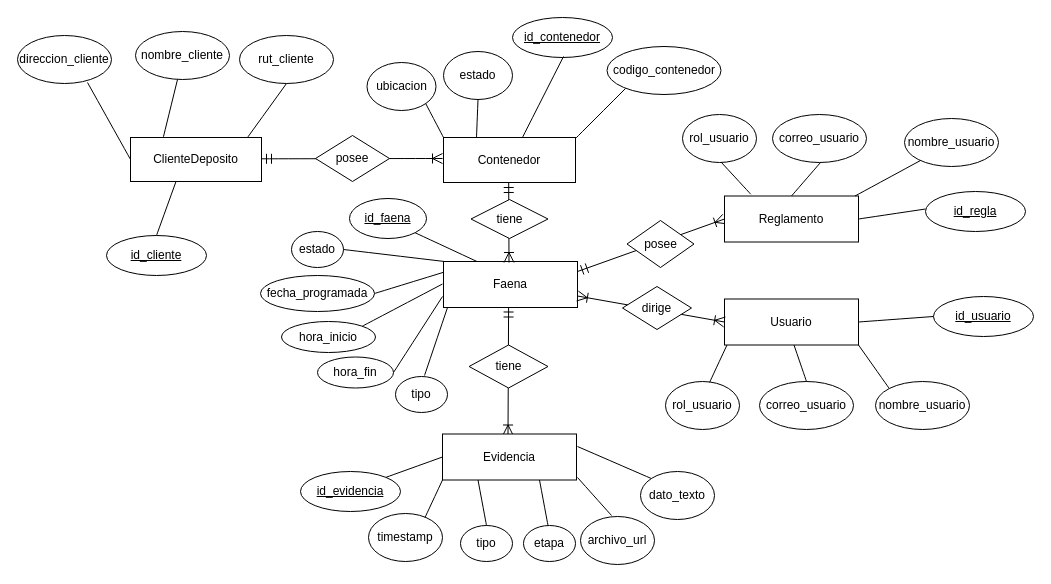
Above: Diagrama sin título.drawio in Er0ZzZ/Tarea-1 (draw.io), before the change. Source tidied: cells renumbered, new cells numbered last; positions are measured from the earlier drawing's top-left corner, leaving out a move shared by most shapes. Both pictures are drawn from the tidied source at 100%, with x=0, y=0 at pixel (17, 17).
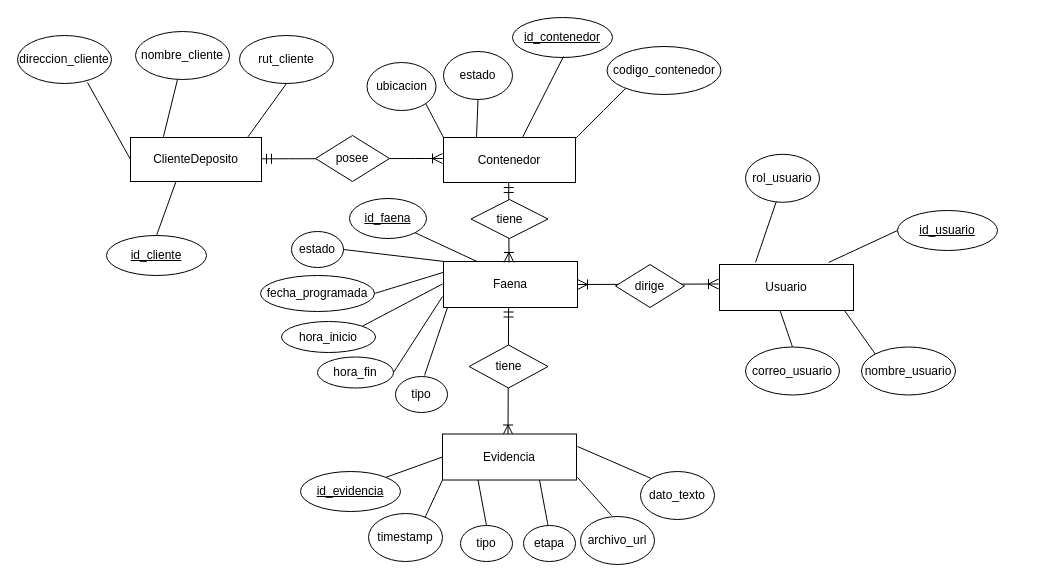
The same page after the edit.

The change refers to these unchanged cells:
```xml
<mxCell id="7" value="Faena" style="whiteSpace=wrap;html=1;align=center;" parent="1" vertex="1">
  <mxGeometry x="426" y="244" width="134" height="46" as="geometry" />
</mxCell>
```

The edit, as a diff of the source:
```diff
@@
     <mxCell id="10" value="Usuario" style="whiteSpace=wrap;html=1;align=center;" parent="1" vertex="1">
-      <mxGeometry x="707" y="281.5" width="134" height="46" as="geometry" />
+      <mxGeometry x="702" y="247" width="134" height="46" as="geometry" />
     </mxCell>
-    <mxCell id="11" style="fontSize=12;html=1;endArrow=ERoneToMany;startArrow=ERmandOne;rounded=0;startSize=8;endSize=8;entryX=0;entryY=0.5;entryDx=0;entryDy=0;" parent="1" edge="1" target="13">
-      <mxGeometry relative="1" as="geometry">
-        <mxPoint x="560" y="254" as="sourcePoint" />
-      </mxGeometry>
-    </mxCell>
-    <mxCell id="12" value="posee" style="shape=rhombus;perimeter=rhombusPerimeter;whiteSpace=wrap;html=1;align=center;" parent="1" vertex="1">
-      <mxGeometry x="609.5" y="203" width="67" height="47" as="geometry" />
-    </mxCell>
-    <mxCell id="13" value="Reglamento" style="whiteSpace=wrap;html=1;align=center;" parent="1" vertex="1">
-      <mxGeometry x="707" y="178.5" width="134" height="46" as="geometry" />
-    </mxCell>
@@
-    <mxCell id="23" style="fontSize=12;html=1;endArrow=ERoneToMany;startArrow=ERoneToMany;rounded=0;startSize=8;endSize=8;entryX=0;entryY=0.5;entryDx=0;entryDy=0;exitX=1;exitY=0.75;exitDx=0;exitDy=0;" parent="1" edge="1" source="7" target="10">
-      <mxGeometry relative="1" as="geometry" />
+    <mxCell id="23" style="fontSize=12;html=1;endArrow=ERoneToMany;startArrow=ERoneToMany;rounded=0;startSize=8;endSize=8;exitX=1;exitY=0.75;exitDx=0;exitDy=0;" parent="1" edge="1">
+      <mxGeometry relative="1" as="geometry">
+        <mxPoint x="560" y="267" as="sourcePoint" />
+        <mxPoint x="701" y="266.5" as="targetPoint" />
+      </mxGeometry>
     </mxCell>
     <mxCell id="24" value="dirige" style="shape=rhombus;perimeter=rhombusPerimeter;whiteSpace=wrap;html=1;align=center;" parent="1" vertex="1">
-      <mxGeometry x="605" y="269" width="69" height="43" as="geometry" />
+      <mxGeometry x="598" y="247" width="69" height="43" as="geometry" />
     </mxCell>
@@
     <mxCell id="30" value="nombre_usuario" style="ellipse;whiteSpace=wrap;html=1;align=center;" parent="1" vertex="1">
-      <mxGeometry x="858" y="364" width="94" height="48" as="geometry" />
+      <mxGeometry x="844" y="329.5" width="94" height="48" as="geometry" />
     </mxCell>
     <mxCell id="31" value="correo_usuario" style="ellipse;whiteSpace=wrap;html=1;align=center;" parent="1" vertex="1">
-      <mxGeometry x="742" y="364" width="94" height="48" as="geometry" />
+      <mxGeometry x="728" y="329.5" width="94" height="48" as="geometry" />
     </mxCell>
     <mxCell id="32" value="rol_usuario" style="ellipse;whiteSpace=wrap;html=1;align=center;" parent="1" vertex="1">
-      <mxGeometry x="648" y="364" width="74" height="48" as="geometry" />
+      <mxGeometry x="728" y="136.8" width="74" height="48" as="geometry" />
     </mxCell>
-    <mxCell id="33" style="endArrow=none;html=1;rounded=0;fontSize=12;startSize=8;endSize=8;curved=1;exitX=0.595;exitY=0.021;exitDx=0;exitDy=0;exitPerimeter=0;" parent="1" edge="1" source="32">
-      <mxGeometry relative="1" as="geometry">
-        <mxPoint x="709.5" y="327.5" as="targetPoint" />
-      </mxGeometry>
-    </mxCell>
     <mxCell id="34" style="endArrow=none;html=1;rounded=0;fontSize=12;startSize=8;endSize=8;curved=1;exitX=0.5;exitY=0;exitDx=0;exitDy=0;" parent="1" edge="1" source="31">
       <mxGeometry relative="1" as="geometry">
-        <mxPoint x="776.5" y="327.5" as="targetPoint" />
+        <mxPoint x="762.5" y="293" as="targetPoint" />
       </mxGeometry>
     </mxCell>
     <mxCell id="35" style="endArrow=none;html=1;rounded=0;fontSize=12;startSize=8;endSize=8;curved=1;exitX=0;exitY=0;exitDx=0;exitDy=0;" parent="1" edge="1" source="30">
       <mxGeometry relative="1" as="geometry">
-        <mxPoint x="841" y="327.5" as="targetPoint" />
+        <mxPoint x="827" y="293" as="targetPoint" />
       </mxGeometry>
     </mxCell>
-    <mxCell id="36" value="nombre_usuario" style="ellipse;whiteSpace=wrap;html=1;align=center;" parent="1" vertex="1">
-      <mxGeometry x="887" y="101" width="94" height="48" as="geometry" />
-    </mxCell>
-    <mxCell id="37" value="correo_usuario" style="ellipse;whiteSpace=wrap;html=1;align=center;" parent="1" vertex="1">
-      <mxGeometry x="755" y="97" width="94" height="48" as="geometry" />
-    </mxCell>
-    <mxCell id="38" value="rol_usuario" style="ellipse;whiteSpace=wrap;html=1;align=center;" parent="1" vertex="1">
-      <mxGeometry x="665" y="97" width="74" height="48" as="geometry" />
-    </mxCell>
-    <mxCell id="39" style="endArrow=none;html=1;rounded=0;fontSize=12;startSize=8;endSize=8;curved=1;exitX=0.196;exitY=-0.039;exitDx=0;exitDy=0;exitPerimeter=0;" parent="1" edge="1" source="13">
-      <mxGeometry relative="1" as="geometry">
-        <mxPoint x="703.5" y="144.5" as="targetPoint" />
-      </mxGeometry>
-    </mxCell>
-    <mxCell id="40" style="endArrow=none;html=1;rounded=0;fontSize=12;startSize=8;endSize=8;curved=1;" parent="1" edge="1">
-      <mxGeometry relative="1" as="geometry">
-        <mxPoint x="837.5" y="178.5" as="sourcePoint" />
-        <mxPoint x="903" y="143" as="targetPoint" />
-      </mxGeometry>
-    </mxCell>
-    <mxCell id="41" style="endArrow=none;html=1;rounded=0;fontSize=12;startSize=8;endSize=8;curved=1;exitX=0.5;exitY=0;exitDx=0;exitDy=0;" parent="1" edge="1" source="13">
-      <mxGeometry relative="1" as="geometry">
-        <mxPoint x="803" y="145" as="targetPoint" />
-      </mxGeometry>
-    </mxCell>
@@
-    <mxCell id="56" value="id_regla" style="ellipse;whiteSpace=wrap;html=1;align=center;fontStyle=4;" parent="1" vertex="1">
-      <mxGeometry x="908" y="174" width="100" height="40" as="geometry" />
-    </mxCell>
-    <mxCell id="57" style="endArrow=none;html=1;rounded=0;fontSize=12;startSize=8;endSize=8;curved=1;exitX=1;exitY=0.5;exitDx=0;exitDy=0;" parent="1" edge="1" source="13">
-      <mxGeometry relative="1" as="geometry">
-        <mxPoint x="908" y="191.5" as="targetPoint" />
-      </mxGeometry>
-    </mxCell>
     <mxCell id="58" value="id_usuario" style="ellipse;whiteSpace=wrap;html=1;align=center;fontStyle=4;" parent="1" vertex="1">
-      <mxGeometry x="916" y="279" width="100" height="40" as="geometry" />
+      <mxGeometry x="880" y="193" width="100" height="40" as="geometry" />
     </mxCell>
-    <mxCell id="59" style="endArrow=none;html=1;rounded=0;fontSize=12;startSize=8;endSize=8;curved=1;exitX=1;exitY=0.5;exitDx=0;exitDy=0;entryX=0;entryY=0.5;entryDx=0;entryDy=0;" parent="1" edge="1" target="58">
+    <mxCell id="59" style="endArrow=none;html=1;rounded=0;fontSize=12;startSize=8;endSize=8;curved=1;entryX=0;entryY=0.5;entryDx=0;entryDy=0;" parent="1" edge="1" target="58">
       <mxGeometry relative="1" as="geometry">
-        <mxPoint x="841" y="304.5" as="sourcePoint" />
+        <mxPoint x="811" y="245" as="sourcePoint" />
       </mxGeometry>
     </mxCell>
@@
+    <mxCell id="75" style="endArrow=none;html=1;rounded=0;fontSize=12;startSize=8;endSize=8;curved=1;" parent="1" edge="1">
+      <mxGeometry relative="1" as="geometry">
+        <mxPoint x="738" y="245" as="sourcePoint" />
+        <mxPoint x="758.8" y="184" as="targetPoint" />
+      </mxGeometry>
+    </mxCell>
```
